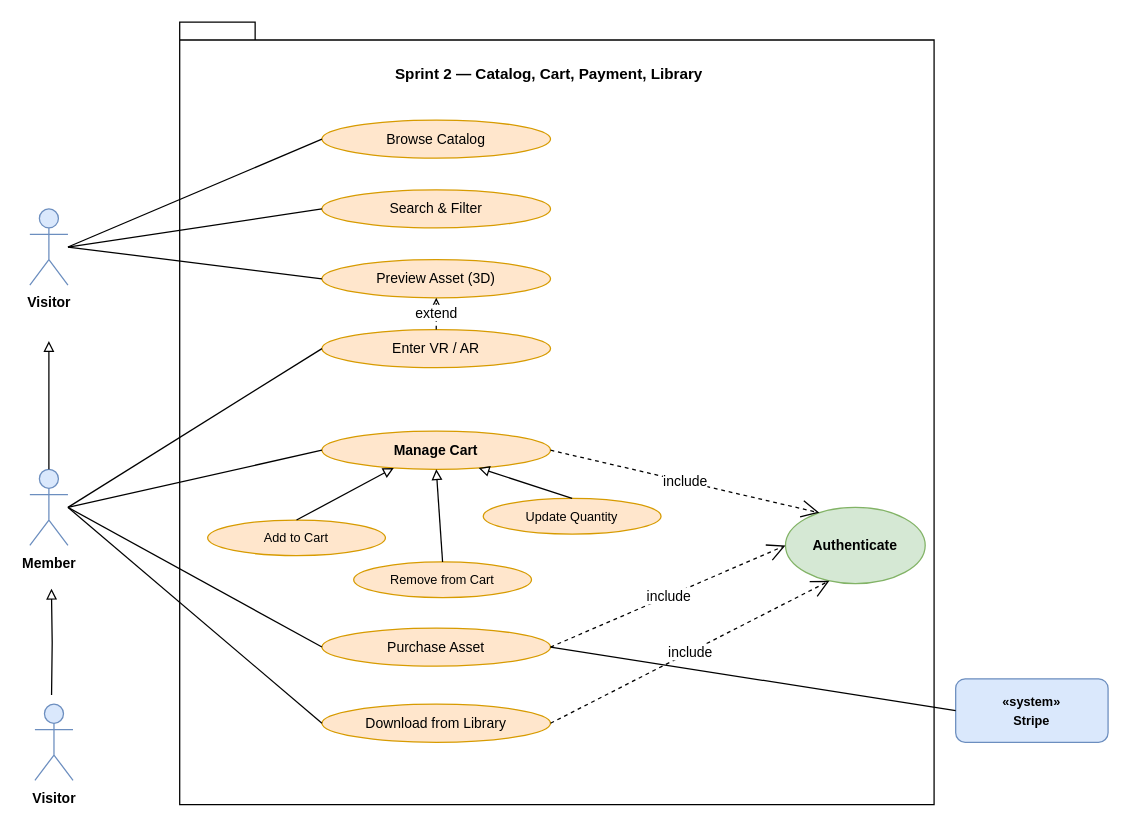
The draw.io diagram diagrams/drawio/uc_s2.drawio in AsmaDaoussi/report, before the edit. Source tidied: cells renumbered, new cells numbered last; positions are measured from the earlier drawing's top-left corner, leaving out a move shared by most shapes. Both pictures are drawn from the tidied source at 127%, with x=0, y=0 at pixel (29, 22).
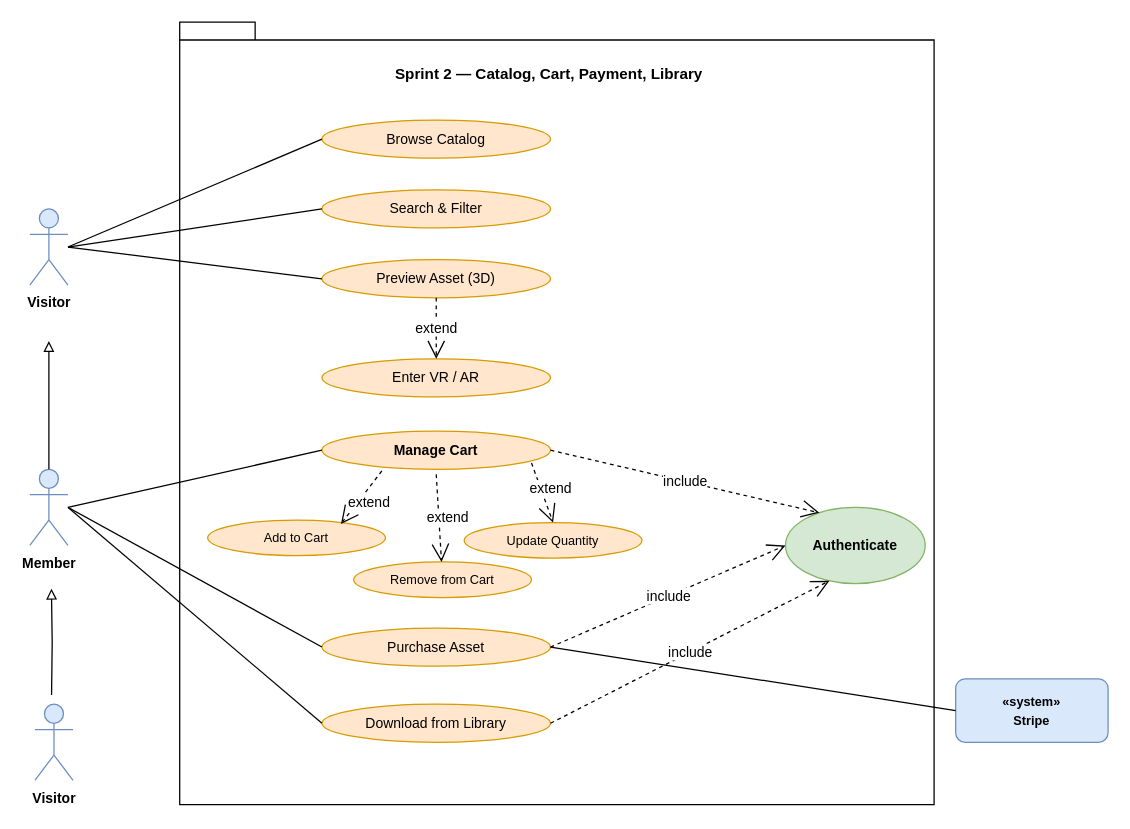
After the change.

The change refers to these unchanged cells:
```xml
<mxCell id="6" value="&lt;span style=&quot;font-size: 11px;&quot;&gt;Preview Asset (3D)&lt;/span&gt;" style="ellipse;whiteSpace=wrap;html=1;fillColor=#ffe6cc;strokeColor=#d79b00;align=center;verticalAlign=middle;" parent="1" vertex="1">
  <mxGeometry x="230" y="187" width="180" height="30" as="geometry" />
</mxCell>
<mxCell id="8" value="&lt;span style=&quot;font-size: 11px; font-weight: 600;&quot;&gt;Manage Cart&lt;/span&gt;" style="ellipse;whiteSpace=wrap;html=1;fillColor=#ffe6cc;strokeColor=#d79b00;align=center;verticalAlign=middle;" parent="1" vertex="1">
  <mxGeometry x="230" y="322" width="180" height="30" as="geometry" />
</mxCell>
<mxCell id="9" value="&lt;span style=&quot;font-size: 10px;&quot;&gt;Add to Cart&lt;/span&gt;" style="ellipse;whiteSpace=wrap;html=1;fillColor=#ffe6cc;strokeColor=#d79b00;align=center;verticalAlign=middle;" parent="1" vertex="1">
  <mxGeometry x="140" y="392" width="140" height="28" as="geometry" />
</mxCell>
<mxCell id="10" value="&lt;span style=&quot;font-size: 10px;&quot;&gt;Remove from Cart&lt;/span&gt;" style="ellipse;whiteSpace=wrap;html=1;fillColor=#ffe6cc;strokeColor=#d79b00;align=center;verticalAlign=middle;" parent="1" vertex="1">
  <mxGeometry x="255" y="425" width="140" height="28" as="geometry" />
</mxCell>
<mxCell id="16" value="&lt;span style=&quot;font-size: 11px; font-weight: 700;&quot;&gt;Member&lt;/span&gt;" style="shape=umlActor;verticalLabelPosition=bottom;verticalAlign=top;html=1;fillColor=#dae8fc;strokeColor=#6c8ebf;" parent="1" vertex="1">
  <mxGeometry y="352" width="30" height="60" as="geometry" />
</mxCell>
```

The edit, as a diff of the source:
```diff
@@
     <mxCell id="7" value="&lt;span style=&quot;font-size: 11px;&quot;&gt;Enter VR / AR&lt;/span&gt;" style="ellipse;whiteSpace=wrap;html=1;fillColor=#ffe6cc;strokeColor=#d79b00;align=center;verticalAlign=middle;" parent="1" vertex="1">
-      <mxGeometry x="230" y="242" width="180" height="30" as="geometry" />
+      <mxGeometry x="230" y="265" width="180" height="30" as="geometry" />
     </mxCell>
@@
     <mxCell id="11" value="&lt;span style=&quot;font-size: 10px;&quot;&gt;Update Quantity&lt;/span&gt;" style="ellipse;whiteSpace=wrap;html=1;fillColor=#ffe6cc;strokeColor=#d79b00;align=center;verticalAlign=middle;" parent="1" vertex="1">
-      <mxGeometry x="357" y="375" width="140" height="28" as="geometry" />
+      <mxGeometry x="342" y="394" width="140" height="28" as="geometry" />
     </mxCell>
@@
-    <mxCell id="19" style="edgeStyle=none;rounded=0;html=1;startArrow=none;endArrow=block;endFill=0;exitX=0.5;exitY=0;entryX=0.3;entryY=1;" parent="1" edge="1" source="9" target="8">
-      <mxGeometry relative="1" as="geometry" />
-    </mxCell>
-    <mxCell id="20" style="edgeStyle=none;rounded=0;html=1;startArrow=none;endArrow=block;endFill=0;exitX=0.5;exitY=0;entryX=0.5;entryY=1;" parent="1" edge="1" source="10" target="8">
-      <mxGeometry relative="1" as="geometry" />
-    </mxCell>
-    <mxCell id="21" style="edgeStyle=none;rounded=0;html=1;startArrow=none;endArrow=block;endFill=0;exitX=0.5;exitY=0;entryX=0.7;entryY=1;" parent="1" edge="1" source="11" target="8">
-      <mxGeometry relative="1" as="geometry" />
-    </mxCell>
@@
-    <mxCell id="25" style="endArrow=none;html=1;rounded=0;exitX=1;exitY=0.5;entryX=0;entryY=0.5;" parent="1" edge="1" source="16" target="7">
-      <mxGeometry relative="1" as="geometry" />
-    </mxCell>
@@
-    <mxCell id="30" value="extend" style="endArrow=open;endSize=12;dashed=1;html=1;rounded=0;exitX=0.5;exitY=0;entryX=0.5;entryY=1;" parent="1" edge="1" source="7" target="6">
+    <mxCell id="30" value="extend" style="endArrow=open;endSize=12;dashed=1;html=1;rounded=0;entryX=0.5;entryY=0;entryDx=0;entryDy=0;exitX=0.5;exitY=1;exitDx=0;exitDy=0;" parent="1" edge="1" source="6" target="7">
       <mxGeometry relative="1" as="geometry" />
     </mxCell>
@@
+    <mxCell id="36" value="extend" style="endArrow=open;endSize=12;dashed=1;html=1;rounded=0;entryX=0.5;entryY=0;entryDx=0;entryDy=0;exitX=0.262;exitY=1.045;exitDx=0;exitDy=0;exitPerimeter=0;" parent="1" edge="1" source="8">
+      <mxGeometry x="-0.02" y="7" relative="1" as="geometry">
+        <mxPoint x="245" y="395" as="targetPoint" />
+      </mxGeometry>
+    </mxCell>
+    <mxCell id="37" value="extend" style="endArrow=open;endSize=12;dashed=1;html=1;rounded=0;exitX=0.262;exitY=1.045;exitDx=0;exitDy=0;exitPerimeter=0;" parent="1" edge="1" target="10">
+      <mxGeometry x="-0.02" y="7" relative="1" as="geometry">
+        <mxPoint x="320" y="356" as="sourcePoint" />
+      </mxGeometry>
+    </mxCell>
+    <mxCell id="38" value="extend" style="endArrow=open;endSize=12;dashed=1;html=1;rounded=0;exitX=0.262;exitY=1.045;exitDx=0;exitDy=0;exitPerimeter=0;entryX=0.5;entryY=0;entryDx=0;entryDy=0;" parent="1" edge="1" target="11">
+      <mxGeometry x="-0.02" y="7" relative="1" as="geometry">
+        <mxPoint x="395" y="347" as="sourcePoint" />
+      </mxGeometry>
+    </mxCell>
```
